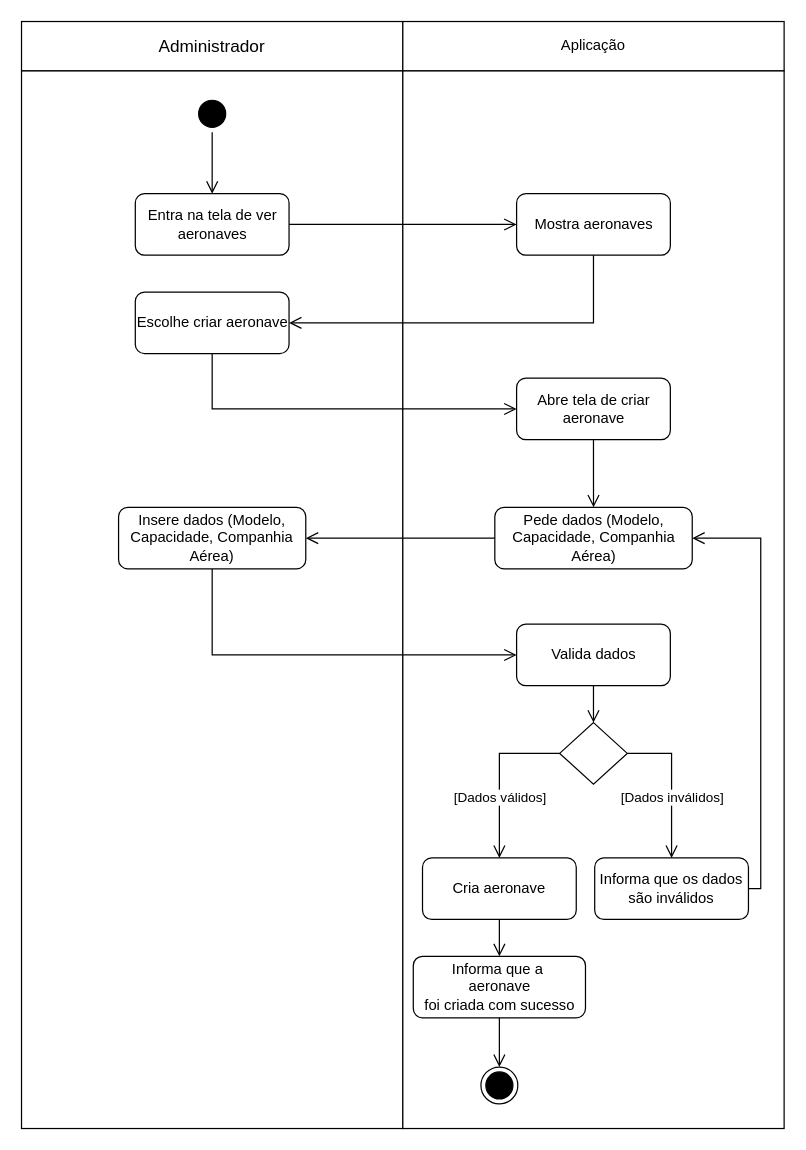
The draw.io diagram Diagramas/Eng_de_Software/Modelos/Atividade/Create_Aeronave.drawio in GabrielGMori/trabalho-conclus-o-ano, before the edit. Source tidied: cells renumbered, new cells numbered last; positions are measured from the earlier drawing's top-left corner, leaving out a move shared by most shapes. Both pictures are drawn from the tidied source at 123%, with x=0, y=0 at pixel (21, 21).
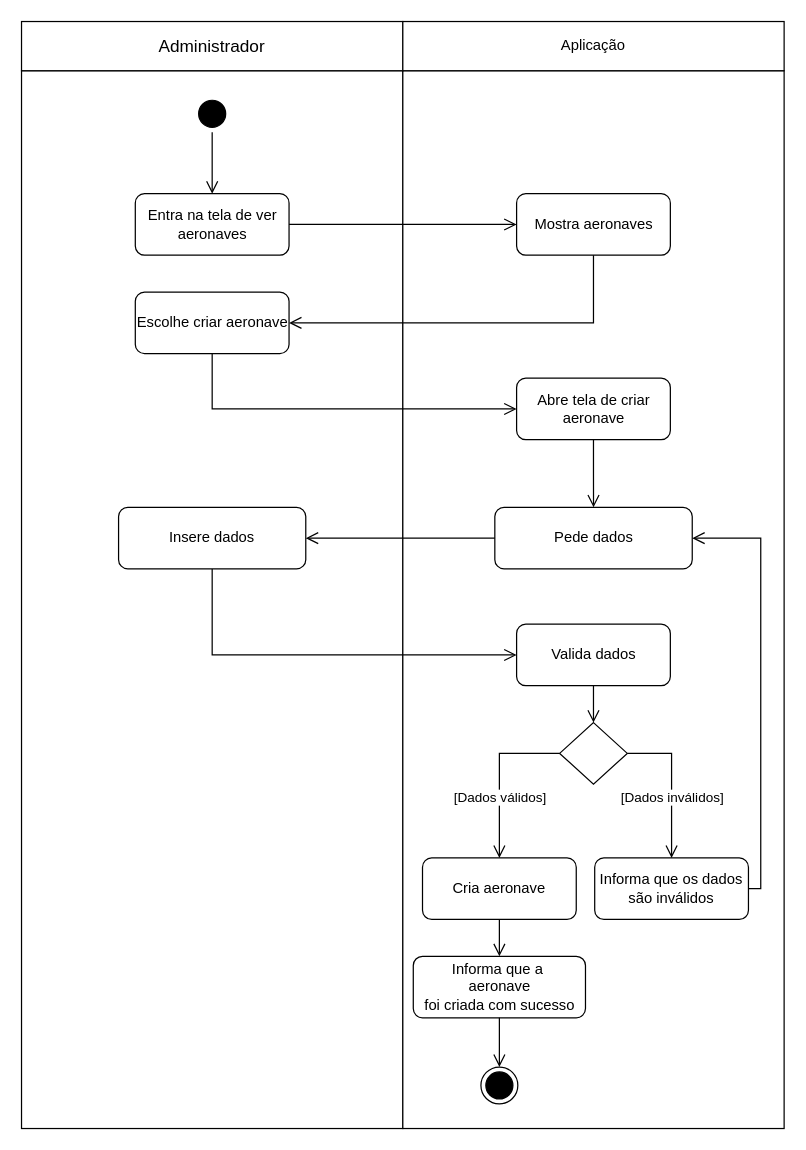
After the change.

Diff of the diagram source:
```diff
@@
-    <mxCell id="9" value="Pede dados (Modelo, Capacidade, Companhia Aérea)" style="rounded=1;whiteSpace=wrap;html=1;" parent="1" vertex="1">
+    <mxCell id="9" value="Pede dados" style="rounded=1;whiteSpace=wrap;html=1;" parent="1" vertex="1">
       <mxGeometry x="384.8" y="395" width="160.5" height="50" as="geometry" />
     </mxCell>
@@
-    <mxCell id="33" value="Insere dados (Modelo, Capacidade, Companhia Aérea)" style="rounded=1;whiteSpace=wrap;html=1;" parent="1" vertex="1">
+    <mxCell id="33" value="Insere dados" style="rounded=1;whiteSpace=wrap;html=1;" parent="1" vertex="1">
       <mxGeometry x="78.9" y="395" width="152.2" height="50" as="geometry" />
     </mxCell>
```
